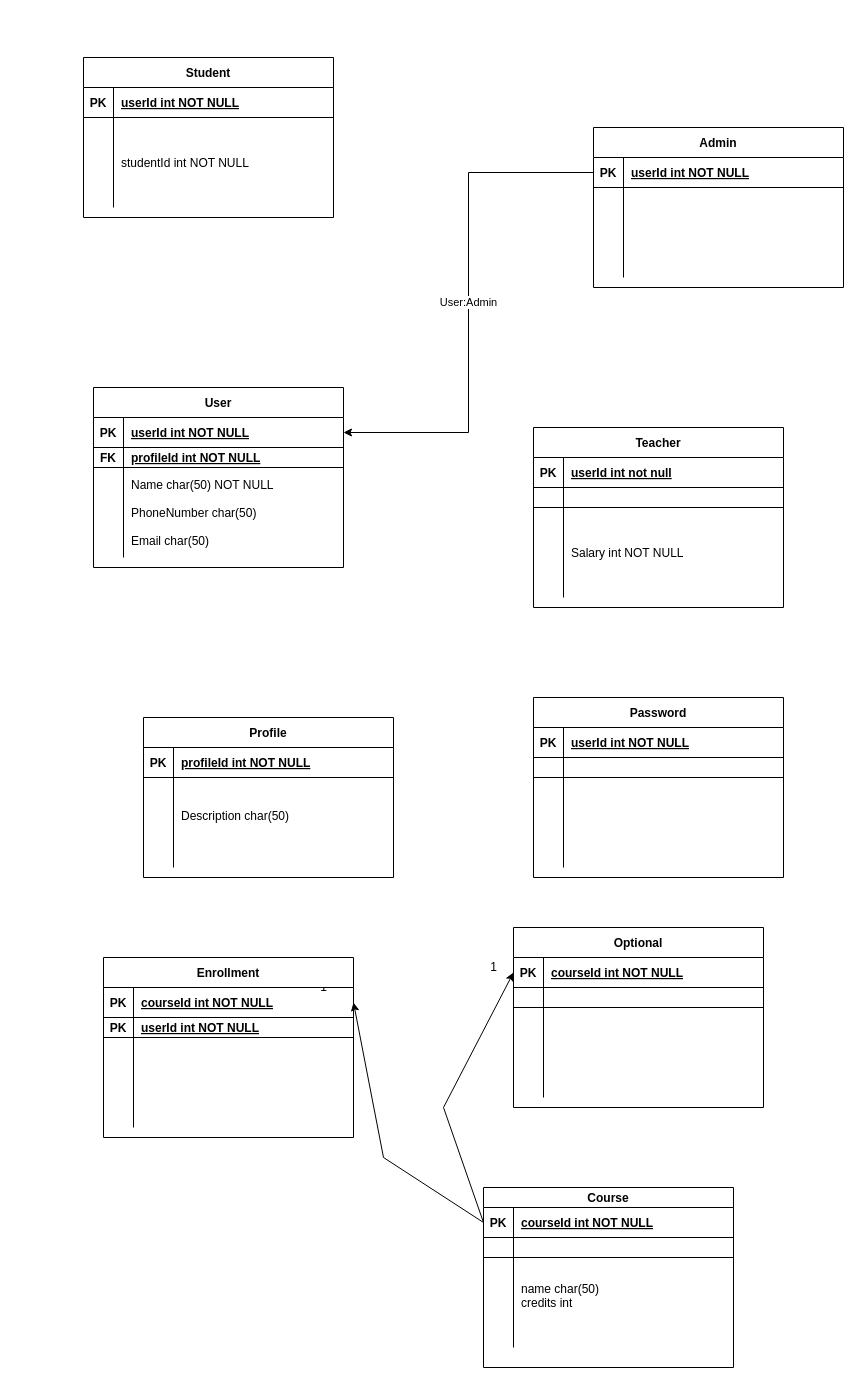
The draw.io diagram diagrams/database_diagram.drawio.xml in seraphh01/sleepy-bears, before the edit. Source tidied: cells renumbered, new cells numbered last; positions are measured from the earlier drawing's top-left corner, leaving out a move shared by most shapes. Both pictures are drawn from the tidied source at 100%, with x=0, y=0 at pixel (83, 57).
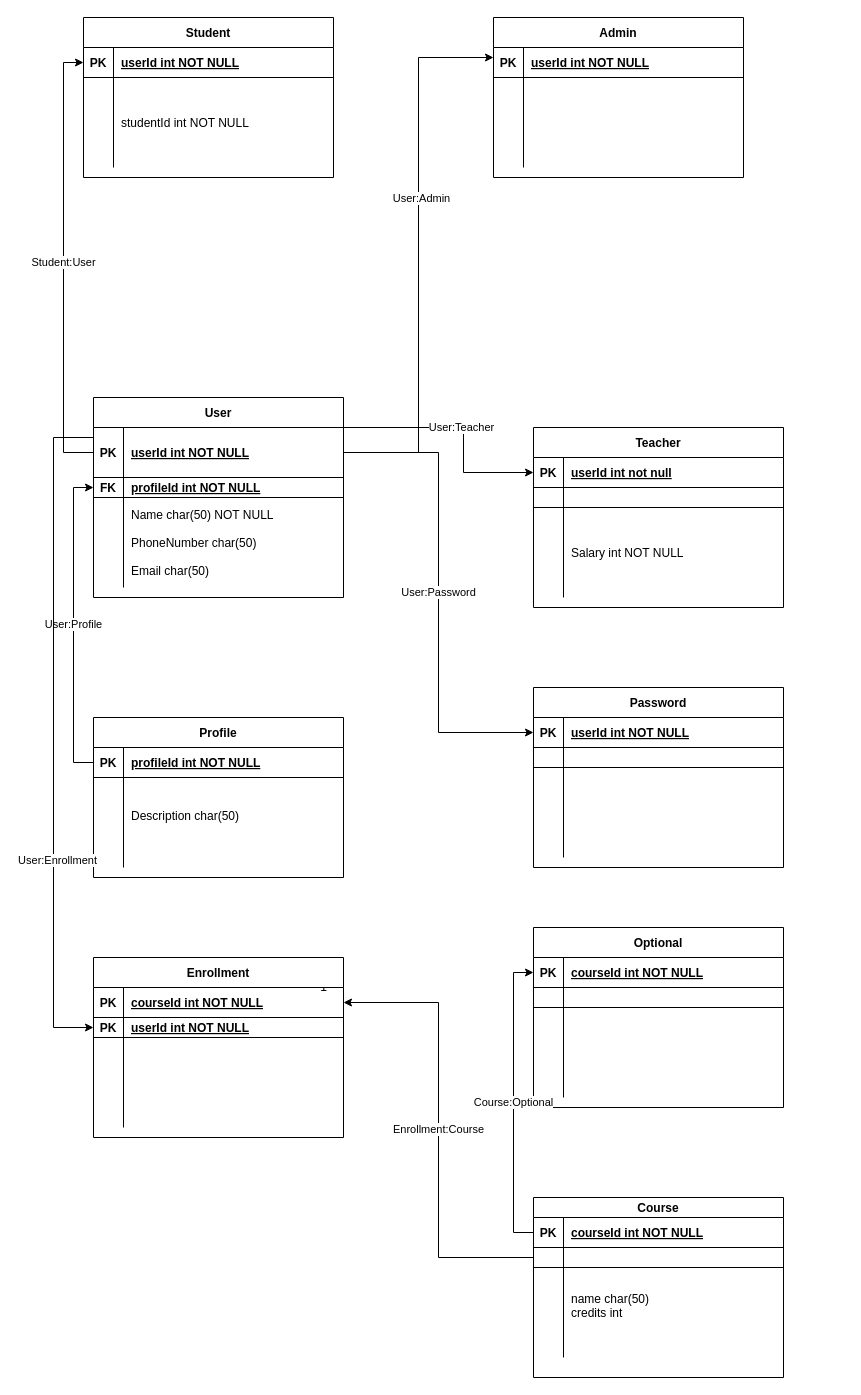
The same page after the edit.

Unchanged cells that the change refers to:
```xml
<mxCell id="13" style="shape=partialRectangle;fillColor=none;points=[[0,0.5],[1,0.5]];portConstraint=eastwest;top=0;left=0;right=0;bottom=1;" parent="12" vertex="1">
  <mxGeometry y="30" width="250" height="30" as="geometry" />
</mxCell>
<mxCell id="20" style="shape=partialRectangle;fillColor=none;points=[[0,0.5],[1,0.5]];portConstraint=eastwest;top=0;left=0;right=0;bottom=1;" parent="19" vertex="1">
  <mxGeometry y="30" width="250" height="30" as="geometry" />
</mxCell>
<mxCell id="30" style="shape=partialRectangle;fillColor=none;points=[[0,0.5],[1,0.5]];portConstraint=eastwest;top=0;left=0;right=0;bottom=1;" parent="29" vertex="1">
  <mxGeometry y="30" width="250" height="30" as="geometry" />
</mxCell>
<mxCell id="40" style="shape=partialRectangle;fillColor=none;points=[[0,0.5],[1,0.5]];portConstraint=eastwest;top=0;left=0;right=0;bottom=1;" parent="39" vertex="1">
  <mxGeometry y="20" width="250" height="30" as="geometry" />
</mxCell>
<mxCell id="43" style="shape=partialRectangle;fillColor=none;points=[[0,0.5],[1,0.5]];portConstraint=eastwest;top=0;left=0;right=0;bottom=1;" parent="39" vertex="1">
  <mxGeometry y="50" width="250" height="20" as="geometry" />
</mxCell>
<mxCell id="50" style="shape=partialRectangle;fillColor=none;points=[[0,0.5],[1,0.5]];portConstraint=eastwest;top=0;left=0;right=0;bottom=1;" parent="49" vertex="1">
  <mxGeometry y="30" width="250" height="30" as="geometry" />
</mxCell>
<mxCell id="63" style="shape=partialRectangle;fillColor=none;points=[[0,0.5],[1,0.5]];portConstraint=eastwest;top=0;left=0;right=0;bottom=1;" parent="62" vertex="1">
  <mxGeometry y="30" width="250" height="30" as="geometry" />
</mxCell>
<mxCell id="66" style="shape=partialRectangle;fillColor=none;points=[[0,0.5],[1,0.5]];portConstraint=eastwest;top=0;left=0;right=0;bottom=1;" parent="62" vertex="1">
  <mxGeometry y="60" width="250" height="20" as="geometry" />
</mxCell>
<mxCell id="74" style="shape=partialRectangle;fillColor=none;points=[[0,0.5],[1,0.5]];portConstraint=eastwest;top=0;left=0;right=0;bottom=1;" parent="73" vertex="1">
  <mxGeometry y="30" width="250" height="30" as="geometry" />
</mxCell>
<mxCell id="81" style="shape=partialRectangle;fillColor=none;points=[[0,0.5],[1,0.5]];portConstraint=eastwest;top=0;left=0;right=0;bottom=1;" parent="80" vertex="1">
  <mxGeometry y="30" width="250" height="30" as="geometry" />
</mxCell>
```

Diff of the diagram source:
```diff
@@
     <mxCell id="2" value="User" style="shape=table;startSize=30;childLayout=tableLayout;rowLines=0;fontStyle=1;align=center;" parent="1" vertex="1">
-      <mxGeometry x="10" y="330" width="250" height="180" as="geometry" />
+      <mxGeometry x="10" y="340" width="250" height="200" as="geometry" />
     </mxCell>
     <mxCell id="3" style="shape=partialRectangle;fillColor=none;points=[[0,0.5],[1,0.5]];portConstraint=eastwest;top=0;left=0;right=0;bottom=1;" parent="2" vertex="1">
-      <mxGeometry y="30" width="250" height="30" as="geometry" />
+      <mxGeometry y="30" width="250" height="50" as="geometry" />
     </mxCell>
     <mxCell id="4" value="PK" style="shape=partialRectangle;overflow=hidden;fillColor=none;top=0;left=0;bottom=0;right=0;fontStyle=1;" parent="3" vertex="1">
-      <mxGeometry width="30" height="30" as="geometry" />
+      <mxGeometry width="30" height="50" as="geometry" />
     </mxCell>
     <mxCell id="5" value="userId int NOT NULL " style="shape=partialRectangle;overflow=hidden;fillColor=none;top=0;left=0;bottom=0;right=0;align=left;spacingLeft=6;fontStyle=5;" parent="3" vertex="1">
-      <mxGeometry x="30" width="220" height="30" as="geometry" />
+      <mxGeometry x="30" width="220" height="50" as="geometry" />
     </mxCell>
     <mxCell id="6" style="shape=partialRectangle;fillColor=none;points=[[0,0.5],[1,0.5]];portConstraint=eastwest;top=0;left=0;right=0;bottom=1;" parent="2" vertex="1">
-      <mxGeometry y="60" width="250" height="20" as="geometry" />
+      <mxGeometry y="80" width="250" height="20" as="geometry" />
     </mxCell>
@@
     <mxCell id="9" style="shape=partialRectangle;fillColor=none;top=0;left=0;right=0;bottom=0;" parent="2" vertex="1">
-      <mxGeometry y="80" width="250" height="90" as="geometry" />
+      <mxGeometry y="100" width="250" height="90" as="geometry" />
     </mxCell>
@@
     <mxCell id="12" value="Profile" style="shape=table;startSize=30;childLayout=tableLayout;rowLines=0;fontStyle=1;align=center;" parent="1" vertex="1">
-      <mxGeometry x="60" y="660" width="250" height="160" as="geometry" />
+      <mxGeometry x="10" y="660" width="250" height="160" as="geometry" />
     </mxCell>
@@
     <mxCell id="29" value="Password" style="shape=table;startSize=30;childLayout=tableLayout;rowLines=0;fontStyle=1;align=center;" parent="1" vertex="1">
-      <mxGeometry x="450" y="640" width="250" height="180" as="geometry" />
+      <mxGeometry x="450" y="630" width="250" height="180" as="geometry" />
     </mxCell>
@@
     <mxCell id="39" value="Course" style="shape=table;startSize=20;childLayout=tableLayout;rowLines=0;fontStyle=1;align=center;" parent="1" vertex="1">
-      <mxGeometry x="400" y="1130" width="250" height="180" as="geometry" />
+      <mxGeometry x="450" y="1140" width="250" height="180" as="geometry" />
     </mxCell>
@@
     <mxCell id="49" value="Optional" style="shape=table;startSize=30;childLayout=tableLayout;rowLines=0;fontStyle=1;align=center;" parent="1" vertex="1">
-      <mxGeometry x="430" y="870" width="250" height="180" as="geometry" />
+      <mxGeometry x="450" y="870" width="250" height="180" as="geometry" />
     </mxCell>
@@
-    <mxCell id="59" style="endArrow=classic;html=1;rounded=0;entryX=0;entryY=0.5;entryDx=0;entryDy=0;exitX=0;exitY=0.5;exitDx=0;exitDy=0;" parent="1" edge="1" source="40" target="50">
-      <mxGeometry relative="1" as="geometry">
-        <Array as="points">
-          <mxPoint x="360" y="1050" />
-        </Array>
-      </mxGeometry>
-    </mxCell>
@@
-    <mxCell id="61" value="1" style="text;html=1;align=center;verticalAlign=middle;strokeColor=none;fillColor=none;" parent="1" vertex="1">
-      <mxGeometry x="400" y="900" width="20" height="20" as="geometry" />
-    </mxCell>
     <mxCell id="62" value="Enrollment" style="shape=table;startSize=30;childLayout=tableLayout;rowLines=0;fontStyle=1;align=center;" parent="1" vertex="1">
-      <mxGeometry x="20" y="900" width="250" height="180" as="geometry" />
+      <mxGeometry x="10" y="900" width="250" height="180" as="geometry" />
     </mxCell>
@@
-    <mxCell id="72" style="endArrow=classic;html=1;rounded=0;entryX=1;entryY=0.5;entryDx=0;entryDy=0;exitX=0;exitY=0.5;exitDx=0;exitDy=0;" parent="1" edge="1" source="40" target="63">
-      <mxGeometry relative="1" as="geometry">
-        <Array as="points">
-          <mxPoint x="300" y="1100" />
-        </Array>
-      </mxGeometry>
-    </mxCell>
     <mxCell id="73" value="Student" style="shape=table;startSize=30;childLayout=tableLayout;rowLines=0;fontStyle=1;align=center;" parent="1" vertex="1">
-      <mxGeometry width="250" height="160" as="geometry" />
+      <mxGeometry y="-40" width="250" height="160" as="geometry" />
     </mxCell>
@@
     <mxCell id="80" value="Admin" style="shape=table;startSize=30;childLayout=tableLayout;rowLines=0;fontStyle=1;align=center;" parent="1" vertex="1">
-      <mxGeometry x="510" y="70" width="250" height="160" as="geometry" />
+      <mxGeometry x="410" y="-40" width="250" height="160" as="geometry" />
     </mxCell>
@@
+    <mxCell id="88" value="User:Profile&lt;br&gt;" style="edgeStyle=orthogonalEdgeStyle;rounded=0;jettySize=auto;html=1;entryX=0;entryY=0.5;entryDx=0;entryDy=0;" parent="1" edge="1" source="13" target="6">
+      <mxGeometry relative="1" as="geometry" />
+    </mxCell>
+    <mxCell id="89" value="Enrollment:Course&lt;br&gt;" style="edgeStyle=orthogonalEdgeStyle;rounded=0;jettySize=auto;html=1;entryX=1;entryY=0.5;entryDx=0;entryDy=0;" parent="1" edge="1" source="43" target="63">
+      <mxGeometry relative="1" as="geometry" />
+    </mxCell>
+    <mxCell id="90" style="edgeStyle=orthogonalEdgeStyle;rounded=0;jettySize=auto;html=1;entryX=0;entryY=0.5;entryDx=0;entryDy=0;" parent="1" edge="1" source="3" target="66">
+      <mxGeometry relative="1" as="geometry">
+        <Array as="points">
+          <mxPoint x="-30" y="380" />
+          <mxPoint x="-30" y="970" />
+        </Array>
+      </mxGeometry>
+    </mxCell>
+    <mxCell id="91" value="User:Enrollment&lt;br&gt;" style="edgeLabel;html=1;align=center;verticalAlign=middle;" parent="90" vertex="1">
+      <mxGeometry x="0.38" y="3" relative="1" as="geometry" />
+    </mxCell>
+    <mxCell id="59" value="Course:Optional&lt;br&gt;" style="edgeStyle=orthogonalEdgeStyle;rounded=0;jettySize=auto;html=1;entryX=0;entryY=0.5;entryDx=0;entryDy=0;" parent="1" edge="1" source="40" target="50">
+      <mxGeometry relative="1" as="geometry" />
+    </mxCell>
+    <mxCell id="92" value="User:Teacher&lt;br&gt;" style="edgeStyle=orthogonalEdgeStyle;rounded=0;jettySize=auto;html=1;entryX=0;entryY=0.5;entryDx=0;entryDy=0;" parent="1" edge="1" source="3" target="20">
+      <mxGeometry relative="1" as="geometry">
+        <Array as="points">
+          <mxPoint x="380" y="370" />
+          <mxPoint x="380" y="415" />
+        </Array>
+      </mxGeometry>
+    </mxCell>
+    <mxCell id="93" value="User:Password&lt;br&gt;" style="edgeStyle=orthogonalEdgeStyle;rounded=0;jettySize=auto;html=1;exitX=1;exitY=0.5;exitDx=0;exitDy=0;entryX=0;entryY=0.5;entryDx=0;entryDy=0;" parent="1" edge="1" source="3" target="30">
+      <mxGeometry relative="1" as="geometry" />
+    </mxCell>
+    <mxCell id="94" value="Student:User&lt;br&gt;" style="edgeStyle=orthogonalEdgeStyle;rounded=0;jettySize=auto;html=1;entryX=0;entryY=0.5;entryDx=0;entryDy=0;" parent="1" edge="1" source="3" target="74">
+      <mxGeometry relative="1" as="geometry" />
+    </mxCell>
+    <mxCell id="95" style="edgeStyle=orthogonalEdgeStyle;rounded=0;jettySize=auto;html=1;entryX=0;entryY=0.25;entryDx=0;entryDy=0;" parent="1" edge="1" source="3" target="80">
+      <mxGeometry relative="1" as="geometry" />
+    </mxCell>
-    <mxCell id="87" value="User:Admin&lt;br&gt;" style="edgeStyle=orthogonalEdgeStyle;rounded=0;jettySize=auto;html=1;" parent="1" edge="1" source="81" target="3">
-      <mxGeometry relative="1" as="geometry" />
+    <mxCell id="87" value="User:Admin&lt;br&gt;" style="edgeLabel;html=1;align=center;verticalAlign=middle;" parent="95" vertex="1">
+      <mxGeometry x="0.21" y="-2" relative="1" as="geometry" />
     </mxCell>
```
